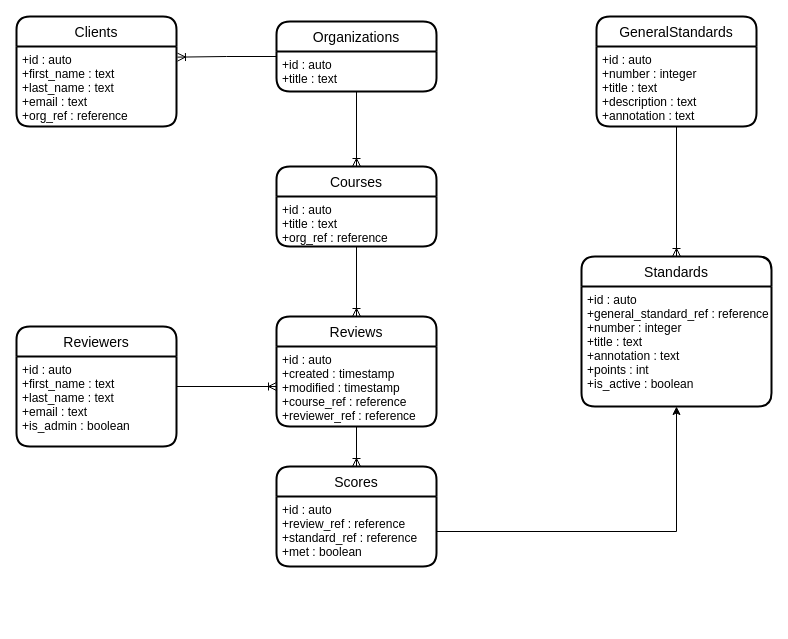
Above: Documentation/Diagrams/Project37_ER_Diagram.drawio in Project37DigitalDatabaseCreation/Project37 (draw.io), before the change. Source tidied: cells renumbered, new cells numbered last; positions are measured from the earlier drawing's top-left corner, leaving out a move shared by most shapes. Both pictures are drawn from the tidied source at 100%, with x=0, y=0 at pixel (16, 16).
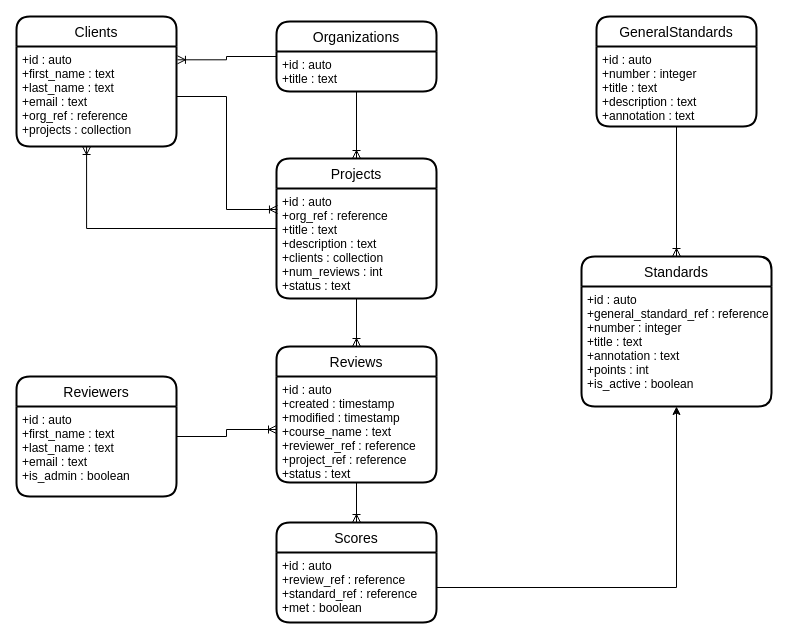
Above is the later version.

Commit message (it also covers changes not shown here):
TASK 112: Updates ER Diagram by adding Projects collection and adjusting relations.

Unchanged cells that the change refers to:
```xml
<mxCell id="20" value="+id : auto&#10;+title : text&#10;" style="align=left;strokeColor=none;fillColor=none;spacingLeft=4;fontSize=12;verticalAlign=top;" parent="19" vertex="1">
  <mxGeometry y="30" width="160" height="40" as="geometry" />
</mxCell>
```

Change to the diagram source:
```diff
@@
-    <mxCell id="2" style="edgeStyle=orthogonalEdgeStyle;rounded=0;jettySize=auto;html=1;entryX=0.5;entryY=0;entryDx=0;entryDy=0;endArrow=ERoneToMany;endFill=0;" parent="1" edge="1" source="20" target="8">
-      <mxGeometry relative="1" as="geometry" />
-    </mxCell>
-    <mxCell id="3" style="edgeStyle=orthogonalEdgeStyle;rounded=0;jettySize=auto;html=1;endArrow=ERoneToMany;endFill=0;" parent="1" edge="1" source="9" target="21">
-      <mxGeometry relative="1" as="geometry" />
-    </mxCell>
@@
-    <mxCell id="8" value="Courses" style="swimlane;horizontal=1;startSize=30;rounded=1;fontSize=14;fontStyle=0;strokeWidth=2;shadow=0;dashed=0;align=center;" parent="1" vertex="1">
-      <mxGeometry x="260" y="150" width="160" height="80" as="geometry" />
-    </mxCell>
-    <mxCell id="9" value="+id : auto&#10;+title : text&#10;+org_ref : reference&#10;&#10;" style="align=left;strokeColor=none;fillColor=none;spacingLeft=4;fontSize=12;verticalAlign=top;" parent="8" vertex="1">
-      <mxGeometry y="30" width="160" height="50" as="geometry" />
-    </mxCell>
     <mxCell id="10" value="Scores" style="swimlane;horizontal=1;startSize=30;rounded=1;fontSize=14;fontStyle=0;strokeWidth=2;shadow=0;dashed=0;align=center;" parent="1" vertex="1">
-      <mxGeometry x="260" y="450" width="160" height="100" as="geometry" />
+      <mxGeometry x="260" y="506" width="160" height="100" as="geometry" />
     </mxCell>
@@
     <mxCell id="15" value="Reviewers" style="swimlane;horizontal=1;startSize=30;rounded=1;fontSize=14;fontStyle=0;strokeWidth=2;shadow=0;dashed=0;align=center;" parent="1" vertex="1">
-      <mxGeometry y="310" width="160" height="120" as="geometry" />
+      <mxGeometry y="360" width="160" height="120" as="geometry" />
     </mxCell>
@@
     <mxCell id="17" value="Clients" style="swimlane;horizontal=1;startSize=30;rounded=1;fontSize=14;fontStyle=0;strokeWidth=2;shadow=0;dashed=0;align=center;" parent="1" vertex="1">
-      <mxGeometry width="160" height="110" as="geometry" />
+      <mxGeometry width="160" height="130" as="geometry" />
     </mxCell>
-    <mxCell id="18" value="+id : auto&#10;+first_name : text&#10;+last_name : text&#10;+email : text&#10;+org_ref : reference&#10;" style="align=left;strokeColor=none;fillColor=none;spacingLeft=4;fontSize=12;verticalAlign=top;" parent="17" vertex="1">
-      <mxGeometry y="30" width="160" height="80" as="geometry" />
+    <mxCell id="18" value="+id : auto&#10;+first_name : text&#10;+last_name : text&#10;+email : text&#10;+org_ref : reference&#10;+projects : collection&#10;" style="align=left;strokeColor=none;fillColor=none;spacingLeft=4;fontSize=12;verticalAlign=top;" parent="17" vertex="1">
+      <mxGeometry y="30" width="160" height="100" as="geometry" />
     </mxCell>
@@
     <mxCell id="21" value="Reviews" style="swimlane;horizontal=1;startSize=30;rounded=1;fontSize=14;fontStyle=0;strokeWidth=2;shadow=0;dashed=0;align=center;" parent="1" vertex="1">
-      <mxGeometry x="260" y="300" width="160" height="110" as="geometry" />
+      <mxGeometry x="260" y="330" width="160" height="136" as="geometry" />
     </mxCell>
-    <mxCell id="22" value="+id : auto&#10;+created : timestamp&#10;+modified : timestamp&#10;+course_ref : reference&#10;+reviewer_ref : reference&#10;" style="align=left;strokeColor=none;fillColor=none;spacingLeft=4;fontSize=12;verticalAlign=top;" parent="21" vertex="1">
-      <mxGeometry y="30" width="160" height="80" as="geometry" />
+    <mxCell id="22" value="+id : auto&#10;+created : timestamp&#10;+modified : timestamp&#10;+course_name : text&#10;+reviewer_ref : reference&#10;+project_ref : reference&#10;+status : text&#10;" style="align=left;strokeColor=none;fillColor=none;spacingLeft=4;fontSize=12;verticalAlign=top;" parent="21" vertex="1">
+      <mxGeometry y="30" width="160" height="106" as="geometry" />
     </mxCell>
@@
+    <mxCell id="25" style="edgeStyle=orthogonalEdgeStyle;rounded=0;jettySize=auto;html=1;entryX=0.438;entryY=1;entryDx=0;entryDy=0;entryPerimeter=0;endArrow=ERoneToMany;endFill=0;" parent="1" edge="1" source="26" target="18">
+      <mxGeometry relative="1" as="geometry" />
+    </mxCell>
+    <mxCell id="26" value="Projects" style="swimlane;horizontal=1;startSize=30;rounded=1;fontSize=14;fontStyle=0;strokeWidth=2;shadow=0;dashed=0;align=center;" parent="1" vertex="1">
+      <mxGeometry x="260" y="142" width="160" height="140" as="geometry" />
+    </mxCell>
+    <mxCell id="27" value="+id : auto&#10;+org_ref : reference&#10;+title : text&#10;+description : text&#10;+clients : collection&#10;+num_reviews : int&#10;+status : text&#10;" style="align=left;strokeColor=none;fillColor=none;spacingLeft=4;fontSize=12;verticalAlign=top;" parent="26" vertex="1">
+      <mxGeometry y="30" width="160" height="110" as="geometry" />
+    </mxCell>
+    <mxCell id="28" style="edgeStyle=orthogonalEdgeStyle;rounded=0;jettySize=auto;html=1;entryX=0.5;entryY=0;entryDx=0;entryDy=0;endArrow=ERoneToMany;endFill=0;" parent="1" edge="1" source="20" target="26">
+      <mxGeometry relative="1" as="geometry" />
+    </mxCell>
+    <mxCell id="29" style="edgeStyle=orthogonalEdgeStyle;rounded=0;jettySize=auto;html=1;entryX=0.5;entryY=0;entryDx=0;entryDy=0;endArrow=ERoneToMany;endFill=0;" parent="1" edge="1" source="27" target="21">
+      <mxGeometry relative="1" as="geometry" />
+    </mxCell>
+    <mxCell id="30" style="edgeStyle=orthogonalEdgeStyle;rounded=0;jettySize=auto;html=1;entryX=0.006;entryY=0.191;entryDx=0;entryDy=0;entryPerimeter=0;endArrow=ERoneToMany;endFill=0;" parent="1" edge="1" source="18" target="27">
+      <mxGeometry relative="1" as="geometry" />
+    </mxCell>
```
